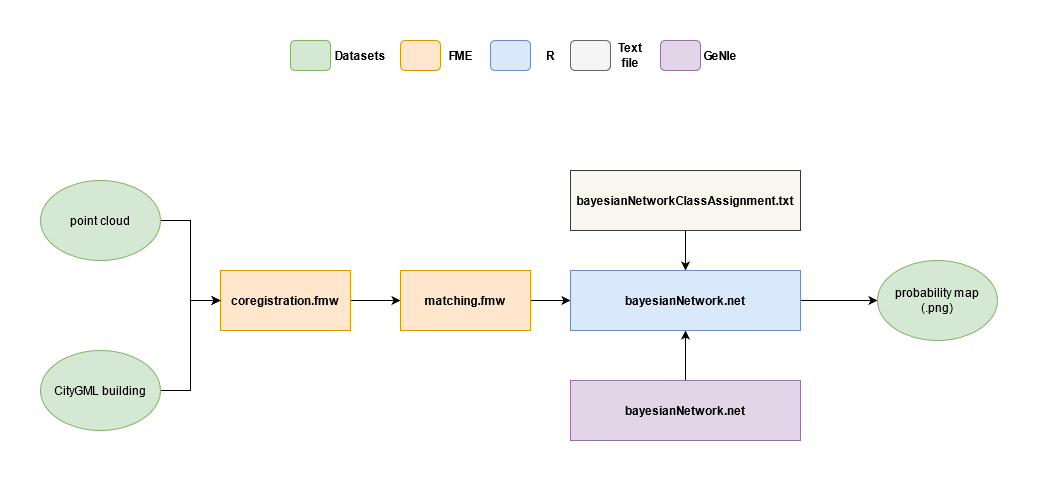
Before: img/3dgeoinfoImplementationOverview.png, a diagram exported from draw.io (OloOcki/fusing-mls-with-blds). Source tidied: cells renumbered, new cells last; positions are measured from the earlier drawing's top-left corner, leaving out a move shared by most shapes.
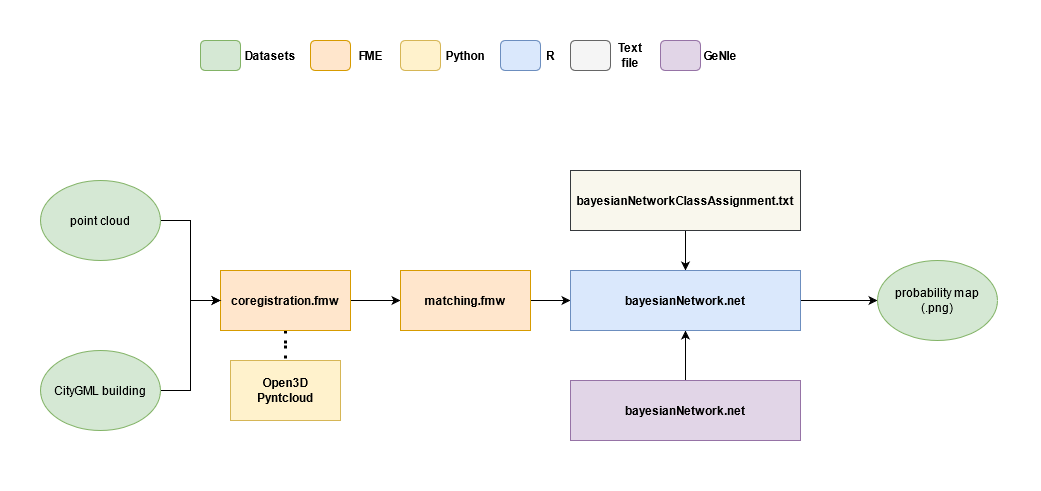
Later version of the same file.

Diff of the diagram source:
```diff
@@ -8,6 +8,9 @@
     <mxCell id="3" style="edgeStyle=orthogonalEdgeStyle;rounded=0;jettySize=auto;html=1;entryX=0;entryY=0.5;entryDx=0;entryDy=0;" parent="1" edge="1" source="4" target="6">
       <mxGeometry relative="1" as="geometry" />
     </mxCell>
+    <mxCell id="28" style="edgeStyle=orthogonalEdgeStyle;rounded=0;jettySize=auto;html=1;entryX=0.5;entryY=0;entryDx=0;entryDy=0;endArrow=none;endFill=0;dashed=1;dashPattern=1 4;strokeWidth=3;" parent="1" edge="1" source="4" target="29">
+      <mxGeometry relative="1" as="geometry" />
+    </mxCell>
     <mxCell id="4" value="&lt;b&gt;coregistration.fmw&lt;/b&gt;" style="rounded=0;whiteSpace=wrap;html=1;fillColor=#ffe6cc;strokeColor=#d79b00;" parent="1" vertex="1">
       <mxGeometry x="220" y="270" width="130" height="60" as="geometry" />
     </mxCell>
@@ -51,19 +54,19 @@
       <mxGeometry x="877" y="260" width="120" height="80" as="geometry" />
     </mxCell>
     <mxCell id="18" style="rounded=1;whiteSpace=wrap;html=1;fillColor=#d5e8d4;strokeColor=#82b366;" parent="1" vertex="1">
-      <mxGeometry x="290" y="40" width="40" height="30" as="geometry" />
+      <mxGeometry x="200" y="40" width="40" height="30" as="geometry" />
     </mxCell>
     <mxCell id="19" value="Datasets" style="text;html=1;strokeColor=none;fillColor=none;align=center;verticalAlign=middle;whiteSpace=wrap;rounded=0;fontStyle=1;" parent="1" vertex="1">
-      <mxGeometry x="340" y="45" width="40" height="20" as="geometry" />
+      <mxGeometry x="250" y="45" width="40" height="20" as="geometry" />
     </mxCell>
     <mxCell id="20" style="rounded=1;whiteSpace=wrap;html=1;fillColor=#ffe6cc;strokeColor=#d79b00;" parent="1" vertex="1">
-      <mxGeometry x="400" y="40" width="40" height="30" as="geometry" />
+      <mxGeometry x="310" y="40" width="40" height="30" as="geometry" />
     </mxCell>
     <mxCell id="21" value="FME " style="text;html=1;strokeColor=none;fillColor=none;align=center;verticalAlign=middle;whiteSpace=wrap;rounded=0;fontStyle=1;" parent="1" vertex="1">
-      <mxGeometry x="440" y="45" width="40" height="20" as="geometry" />
+      <mxGeometry x="350" y="45" width="40" height="20" as="geometry" />
     </mxCell>
     <mxCell id="22" style="rounded=1;whiteSpace=wrap;html=1;fillColor=#dae8fc;strokeColor=#6c8ebf;" parent="1" vertex="1">
-      <mxGeometry x="490" y="40" width="40" height="30" as="geometry" />
+      <mxGeometry x="500" y="40" width="40" height="30" as="geometry" />
     </mxCell>
     <mxCell id="23" value="R" style="text;html=1;strokeColor=none;fillColor=none;align=center;verticalAlign=middle;whiteSpace=wrap;rounded=0;fontStyle=1;" parent="1" vertex="1">
       <mxGeometry x="530" y="45" width="40" height="20" as="geometry" />
@@ -80,5 +83,14 @@
     <mxCell id="27" value="GeNIe" style="text;html=1;strokeColor=none;fillColor=none;align=center;verticalAlign=middle;whiteSpace=wrap;rounded=0;fontStyle=1;" parent="1" vertex="1">
       <mxGeometry x="700" y="45" width="40" height="20" as="geometry" />
     </mxCell>
+    <mxCell id="29" value="&lt;div&gt;Open3D&lt;/div&gt;&lt;div&gt;Pyntcloud&lt;br&gt;&lt;/div&gt;" style="rounded=0;whiteSpace=wrap;html=1;fontStyle=1;fillColor=#fff2cc;strokeColor=#d6b656;" parent="1" vertex="1">
+      <mxGeometry x="230" y="360" width="110" height="60" as="geometry" />
+    </mxCell>
+    <mxCell id="30" style="rounded=1;whiteSpace=wrap;html=1;fillColor=#fff2cc;strokeColor=#d6b656;" parent="1" vertex="1">
+      <mxGeometry x="400" y="40" width="40" height="30" as="geometry" />
+    </mxCell>
+    <mxCell id="31" value="Python" style="text;html=1;strokeColor=none;fillColor=none;align=center;verticalAlign=middle;whiteSpace=wrap;rounded=0;fontStyle=1;" parent="1" vertex="1">
+      <mxGeometry x="445" y="45" width="40" height="20" as="geometry" />
+    </mxCell>
   </root>
 </mxGraphModel>
```
